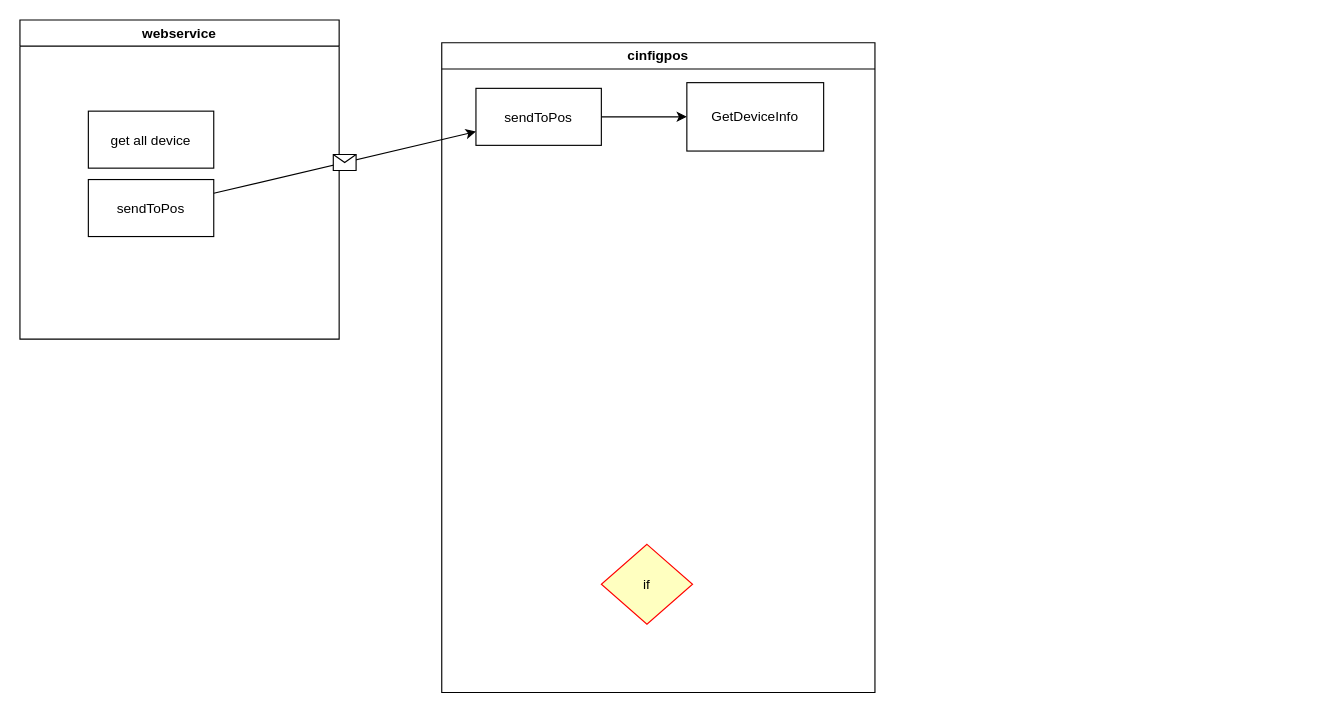
This is configpos.drawio from vahidzahani/websocket_reader, a draw.io file, before an edit. Source tidied: cells renumbered, new cells numbered last; positions are measured from the earlier drawing's top-left corner, leaving out a move shared by most shapes. Both pictures are drawn from the tidied source at 114%, with x=0, y=0 at pixel (19, 19).
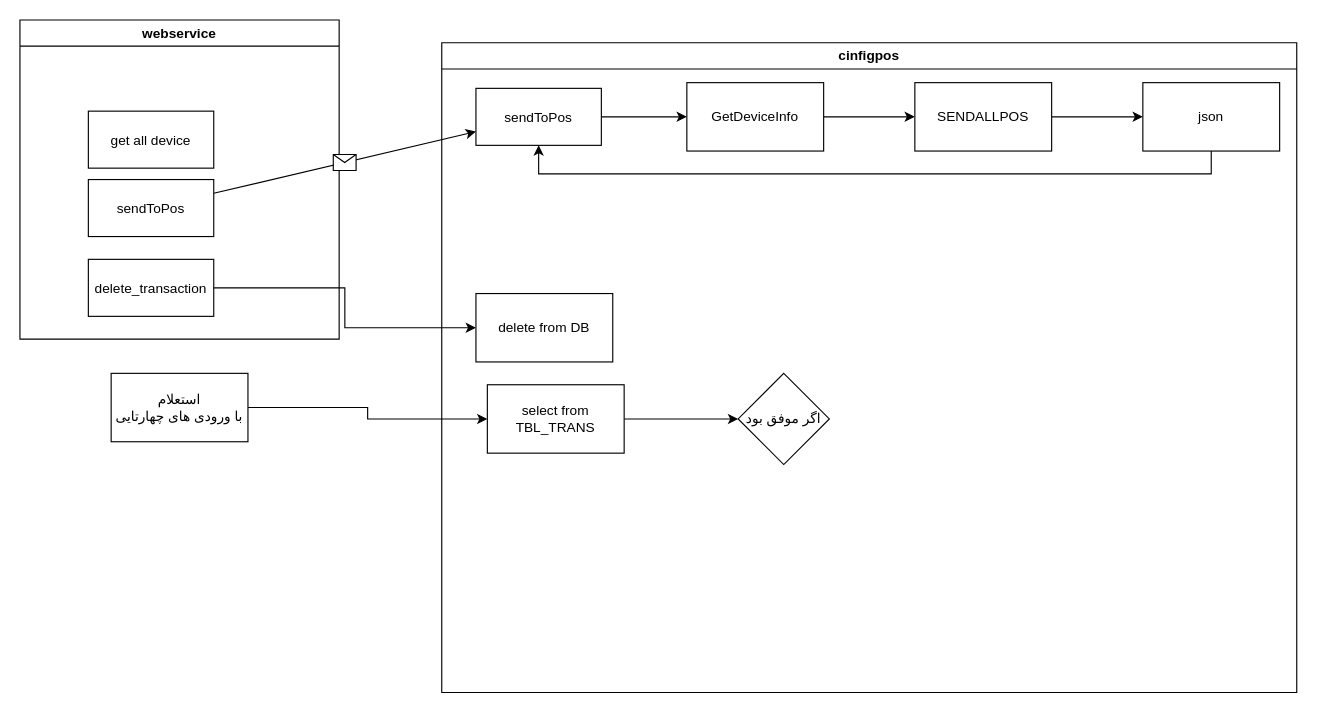
The same page after the edit.

Unchanged cells that the change refers to:
```xml
<mxCell id="2" value="webservice" style="swimlane;whiteSpace=wrap;startSize=23;" parent="1" vertex="1">
  <mxGeometry width="280" height="280" as="geometry" />
</mxCell>
<mxCell id="8" value="sendToPos" parent="5" vertex="1">
  <mxGeometry x="30" y="40" width="110" height="50" as="geometry" />
</mxCell>
<mxCell id="9" value="GetDeviceInfo" style="whiteSpace=wrap;html=1;" parent="5" vertex="1">
  <mxGeometry x="215" y="35" width="120" height="60" as="geometry" />
</mxCell>
```

Change to the diagram source:
```diff
@@
+    <mxCell id="12" value="delete_transaction" parent="2" vertex="1">
+      <mxGeometry x="60" y="210" width="110" height="50" as="geometry" />
+    </mxCell>
     <mxCell id="5" value="cinfigpos" style="swimlane;whiteSpace=wrap;" parent="1" vertex="1">
-      <mxGeometry x="370" y="20" width="380" height="570" as="geometry" />
+      <mxGeometry x="370" y="20" width="750" height="570" as="geometry" />
     </mxCell>
-    <mxCell id="6" value="if" style="rhombus;fillColor=#ffffc0;strokeColor=#ff0000;" parent="5" vertex="1">
-      <mxGeometry x="140" y="440" width="80" height="70" as="geometry" />
-    </mxCell>
@@
+    <mxCell id="13" style="edgeStyle=orthogonalEdgeStyle;rounded=0;jettySize=auto;html=1;" parent="5" edge="1" source="9" target="18">
+      <mxGeometry relative="1" as="geometry" />
+    </mxCell>
@@
+    <mxCell id="14" value="delete from DB" style="whiteSpace=wrap;html=1;" parent="5" vertex="1">
+      <mxGeometry x="30" y="220" width="120" height="60" as="geometry" />
+    </mxCell>
+    <mxCell id="15" style="edgeStyle=orthogonalEdgeStyle;rounded=0;jettySize=auto;html=1;" parent="5" edge="1" source="16" target="17">
+      <mxGeometry relative="1" as="geometry" />
+    </mxCell>
+    <mxCell id="16" value="select from TBL_TRANS" style="whiteSpace=wrap;html=1;rounded=0;" parent="5" vertex="1">
+      <mxGeometry x="40" y="300" width="120" height="60" as="geometry" />
+    </mxCell>
+    <mxCell id="17" value="اگر موفق بود" style="rhombus;whiteSpace=wrap;html=1;rounded=0;" parent="5" vertex="1">
+      <mxGeometry x="260" y="290" width="80" height="80" as="geometry" />
+    </mxCell>
+    <mxCell id="18" value="SENDALLPOS" style="whiteSpace=wrap;html=1;" parent="5" vertex="1">
+      <mxGeometry x="415" y="35" width="120" height="60" as="geometry" />
+    </mxCell>
@@
+    <mxCell id="19" style="edgeStyle=orthogonalEdgeStyle;rounded=0;jettySize=auto;html=1;" parent="1" edge="1" source="12" target="14">
+      <mxGeometry relative="1" as="geometry" />
+    </mxCell>
+    <mxCell id="20" style="edgeStyle=orthogonalEdgeStyle;rounded=0;jettySize=auto;html=1;" parent="1" edge="1" source="21" target="16">
+      <mxGeometry relative="1" as="geometry" />
+    </mxCell>
+    <mxCell id="21" value="استعلام&lt;div&gt;با ورودی های چهارتایی&lt;/div&gt;" style="rounded=0;whiteSpace=wrap;html=1;" parent="1" vertex="1">
+      <mxGeometry x="80" y="310" width="120" height="60" as="geometry" />
+    </mxCell>
+    <mxCell id="22" style="edgeStyle=orthogonalEdgeStyle;rounded=0;jettySize=auto;html=1;exitX=0.5;exitY=1;exitDx=0;exitDy=0;entryX=0.5;entryY=1;entryDx=0;entryDy=0;" parent="1" edge="1" source="23" target="8">
+      <mxGeometry relative="1" as="geometry" />
+    </mxCell>
+    <mxCell id="23" value="json" style="whiteSpace=wrap;html=1;" parent="1" vertex="1">
+      <mxGeometry x="985" y="55" width="120" height="60" as="geometry" />
+    </mxCell>
+    <mxCell id="24" style="edgeStyle=orthogonalEdgeStyle;rounded=0;jettySize=auto;html=1;" parent="1" edge="1" source="18" target="23">
+      <mxGeometry relative="1" as="geometry" />
+    </mxCell>
```
